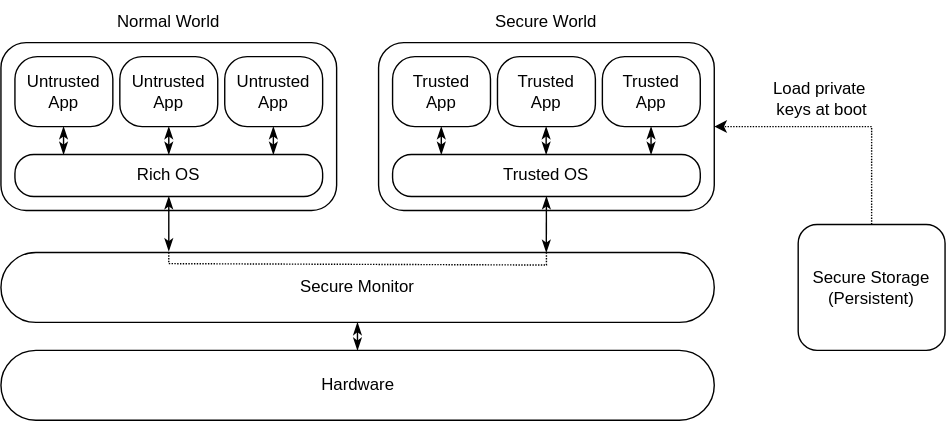
The draw.io diagram img/TEE_ARM_Cortex-a_with_sec_store.svg in 3mdeb/conferences, before a commit. Source tidied: cells renumbered, new cells last; positions are measured from the earlier drawing's top-left corner, leaving out a move shared by most shapes. The source it was exported from:
```xml
<mxGraphModel>
  <root>
    <mxCell id="0" />
    <mxCell id="1" parent="0" />
    <mxCell id="2" style="rounded=1;whiteSpace=wrap;html=1;" parent="1" vertex="1">
      <mxGeometry y="30" width="240" height="120" as="geometry" />
    </mxCell>
    <mxCell id="3" value="&lt;div&gt;Untrusted&lt;/div&gt;&lt;div&gt;App&lt;/div&gt;" style="rounded=1;whiteSpace=wrap;html=1;arcSize=32;" parent="1" vertex="1">
      <mxGeometry x="10" y="40" width="70" height="50" as="geometry" />
    </mxCell>
    <mxCell id="4" value="&lt;div&gt;Untrusted&lt;/div&gt;&lt;div&gt;App&lt;/div&gt;" style="rounded=1;whiteSpace=wrap;html=1;arcSize=32;" parent="1" vertex="1">
      <mxGeometry x="85" y="40" width="70" height="50" as="geometry" />
    </mxCell>
    <mxCell id="5" value="&lt;div&gt;Untrusted&lt;/div&gt;&lt;div&gt;App&lt;/div&gt;" style="rounded=1;whiteSpace=wrap;html=1;arcSize=32;" parent="1" vertex="1">
      <mxGeometry x="160" y="40" width="70" height="50" as="geometry" />
    </mxCell>
    <mxCell id="6" value="Rich OS" style="rounded=1;whiteSpace=wrap;html=1;arcSize=45;" parent="1" vertex="1">
      <mxGeometry x="10" y="110" width="220" height="30" as="geometry" />
    </mxCell>
    <mxCell id="7" style="rounded=1;whiteSpace=wrap;html=1;" parent="1" vertex="1">
      <mxGeometry x="270" y="30" width="240" height="120" as="geometry" />
    </mxCell>
    <mxCell id="8" value="&lt;div&gt;Trusted&lt;/div&gt;&lt;div&gt;App&lt;/div&gt;" style="rounded=1;whiteSpace=wrap;html=1;arcSize=32;" parent="1" vertex="1">
      <mxGeometry x="280" y="40" width="70" height="50" as="geometry" />
    </mxCell>
    <mxCell id="9" value="&lt;div&gt;Trusted&lt;/div&gt;&lt;div&gt;App&lt;/div&gt;" style="rounded=1;whiteSpace=wrap;html=1;arcSize=32;" parent="1" vertex="1">
      <mxGeometry x="355" y="40" width="70" height="50" as="geometry" />
    </mxCell>
    <mxCell id="10" value="&lt;div&gt;Trusted&lt;/div&gt;&lt;div&gt;App&lt;/div&gt;" style="rounded=1;whiteSpace=wrap;html=1;arcSize=32;" parent="1" vertex="1">
      <mxGeometry x="430" y="40" width="70" height="50" as="geometry" />
    </mxCell>
    <mxCell id="11" value="Trusted OS" style="rounded=1;whiteSpace=wrap;html=1;arcSize=45;" parent="1" vertex="1">
      <mxGeometry x="280" y="110" width="220" height="30" as="geometry" />
    </mxCell>
    <mxCell id="12" value="Secure Monitor" style="rounded=1;whiteSpace=wrap;html=1;arcSize=50;" parent="1" vertex="1">
      <mxGeometry y="180" width="510" height="50" as="geometry" />
    </mxCell>
    <mxCell id="13" value="Normal World" style="text;html=1;strokeColor=none;fillColor=none;align=center;verticalAlign=middle;whiteSpace=wrap;rounded=0;" parent="1" vertex="1">
      <mxGeometry x="75" width="90" height="30" as="geometry" />
    </mxCell>
    <mxCell id="14" value="Secure World" style="text;html=1;strokeColor=none;fillColor=none;align=center;verticalAlign=middle;whiteSpace=wrap;rounded=0;" parent="1" vertex="1">
      <mxGeometry x="345" width="90" height="30" as="geometry" />
    </mxCell>
    <mxCell id="15" style="edgeStyle=orthogonalEdgeStyle;rounded=0;orthogonalLoop=1;jettySize=auto;html=1;exitX=0.5;exitY=1;exitDx=0;exitDy=0;" parent="1" edge="1" source="5" target="5">
      <mxGeometry relative="1" as="geometry" />
    </mxCell>
    <mxCell id="16" style="edgeStyle=orthogonalEdgeStyle;rounded=0;orthogonalLoop=1;jettySize=auto;html=1;exitX=0.5;exitY=1;exitDx=0;exitDy=0;" parent="1" edge="1" source="8" target="8">
      <mxGeometry relative="1" as="geometry" />
    </mxCell>
    <mxCell id="17" style="endArrow=classicThin;startArrow=classicThin;html=1;rounded=0;entryX=0.5;entryY=1;entryDx=0;entryDy=0;exitX=0.5;exitY=0;exitDx=0;exitDy=0;endFill=1;startFill=1;" parent="1" edge="1" source="6" target="4">
      <mxGeometry relative="1" as="geometry" />
    </mxCell>
    <mxCell id="18" style="endArrow=classicThin;startArrow=classicThin;html=1;rounded=0;entryX=0.5;entryY=1;entryDx=0;entryDy=0;exitX=0.5;exitY=0;exitDx=0;exitDy=0;endFill=1;startFill=1;" parent="1" edge="1">
      <mxGeometry relative="1" as="geometry">
        <mxPoint x="194.8" y="110" as="sourcePoint" />
        <mxPoint x="194.8" y="90" as="targetPoint" />
      </mxGeometry>
    </mxCell>
    <mxCell id="19" style="endArrow=classicThin;startArrow=classicThin;html=1;rounded=0;entryX=0.5;entryY=1;entryDx=0;entryDy=0;exitX=0.5;exitY=0;exitDx=0;exitDy=0;endFill=1;startFill=1;" parent="1" edge="1">
      <mxGeometry relative="1" as="geometry">
        <mxPoint x="44.8" y="110" as="sourcePoint" />
        <mxPoint x="44.8" y="90" as="targetPoint" />
      </mxGeometry>
    </mxCell>
    <mxCell id="20" style="endArrow=classicThin;startArrow=classicThin;html=1;rounded=0;entryX=0.5;entryY=1;entryDx=0;entryDy=0;exitX=0.5;exitY=0;exitDx=0;exitDy=0;endFill=1;startFill=1;" parent="1" edge="1">
      <mxGeometry relative="1" as="geometry">
        <mxPoint x="314.8" y="110" as="sourcePoint" />
        <mxPoint x="314.8" y="90" as="targetPoint" />
      </mxGeometry>
    </mxCell>
    <mxCell id="21" style="endArrow=classicThin;startArrow=classicThin;html=1;rounded=0;entryX=0.5;entryY=1;entryDx=0;entryDy=0;exitX=0.5;exitY=0;exitDx=0;exitDy=0;endFill=1;startFill=1;" parent="1" edge="1">
      <mxGeometry relative="1" as="geometry">
        <mxPoint x="389.8" y="110" as="sourcePoint" />
        <mxPoint x="389.8" y="90" as="targetPoint" />
      </mxGeometry>
    </mxCell>
    <mxCell id="22" style="endArrow=classicThin;startArrow=classicThin;html=1;rounded=0;entryX=0.5;entryY=1;entryDx=0;entryDy=0;exitX=0.5;exitY=0;exitDx=0;exitDy=0;endFill=1;startFill=1;" parent="1" edge="1">
      <mxGeometry relative="1" as="geometry">
        <mxPoint x="464.8" y="110" as="sourcePoint" />
        <mxPoint x="464.8" y="90" as="targetPoint" />
      </mxGeometry>
    </mxCell>
    <mxCell id="23" style="endArrow=classicThin;startArrow=classicThin;html=1;rounded=0;endFill=1;startFill=1;" parent="1" edge="1">
      <mxGeometry relative="1" as="geometry">
        <mxPoint x="120" y="179" as="sourcePoint" />
        <mxPoint x="120" y="140" as="targetPoint" />
      </mxGeometry>
    </mxCell>
    <mxCell id="24" style="endArrow=classicThin;startArrow=classicThin;html=1;rounded=0;endFill=1;startFill=1;" parent="1" edge="1">
      <mxGeometry relative="1" as="geometry">
        <mxPoint x="389.9" y="180" as="sourcePoint" />
        <mxPoint x="390" y="140" as="targetPoint" />
      </mxGeometry>
    </mxCell>
    <mxCell id="25" value="&amp;nbsp;" style="rounded=1;whiteSpace=wrap;html=1;arcSize=50;" parent="1" vertex="1">
      <mxGeometry y="250" width="510" height="50" as="geometry" />
    </mxCell>
    <mxCell id="26" value="Hardware" style="text;html=1;strokeColor=none;fillColor=none;align=center;verticalAlign=middle;whiteSpace=wrap;rounded=0;" parent="1" vertex="1">
      <mxGeometry x="187.5" y="260" width="135" height="30" as="geometry" />
    </mxCell>
    <mxCell id="27" style="endArrow=classicThin;startArrow=classicThin;html=1;rounded=0;entryX=0.5;entryY=1;entryDx=0;entryDy=0;exitX=0.5;exitY=0;exitDx=0;exitDy=0;endFill=1;startFill=1;" parent="1" edge="1">
      <mxGeometry relative="1" as="geometry">
        <mxPoint x="254.9" y="250" as="sourcePoint" />
        <mxPoint x="254.9" y="230" as="targetPoint" />
      </mxGeometry>
    </mxCell>
    <mxCell id="28" style="curved=0;endArrow=none;html=1;rounded=0;startArrow=none;startFill=0;dashed=1;dashPattern=1 1;endFill=0;" parent="1" edge="1">
      <mxGeometry relative="1" as="geometry">
        <mxPoint x="120" y="180" as="sourcePoint" />
        <mxPoint x="390" y="180" as="targetPoint" />
        <Array as="points">
          <mxPoint x="120" y="188" />
          <mxPoint x="390" y="189" />
        </Array>
      </mxGeometry>
    </mxCell>
    <mxCell id="29" style="edgeStyle=orthogonalEdgeStyle;rounded=0;jettySize=auto;html=1;exitX=0.5;exitY=0;exitDx=0;exitDy=0;entryX=1;entryY=0.5;entryDx=0;entryDy=0;dashed=1;dashPattern=1 1;" parent="1" edge="1" source="30" target="7">
      <mxGeometry relative="1" as="geometry" />
    </mxCell>
    <mxCell id="30" value="&lt;div&gt;Secure Storage&lt;/div&gt;&lt;div&gt;(Persistent)&lt;br&gt;&lt;/div&gt;" style="rounded=1;whiteSpace=wrap;html=1;" parent="1" vertex="1">
      <mxGeometry x="570" y="160" width="105" height="90" as="geometry" />
    </mxCell>
    <mxCell id="31" value="&lt;div&gt;Load private&lt;/div&gt;&lt;div&gt;&amp;nbsp;keys at boot&lt;/div&gt;" style="text;html=1;align=center;verticalAlign=middle;strokeColor=none;fillColor=none;" parent="1" vertex="1">
      <mxGeometry x="540" y="50" width="90" height="40" as="geometry" />
    </mxCell>
  </root>
</mxGraphModel>
```
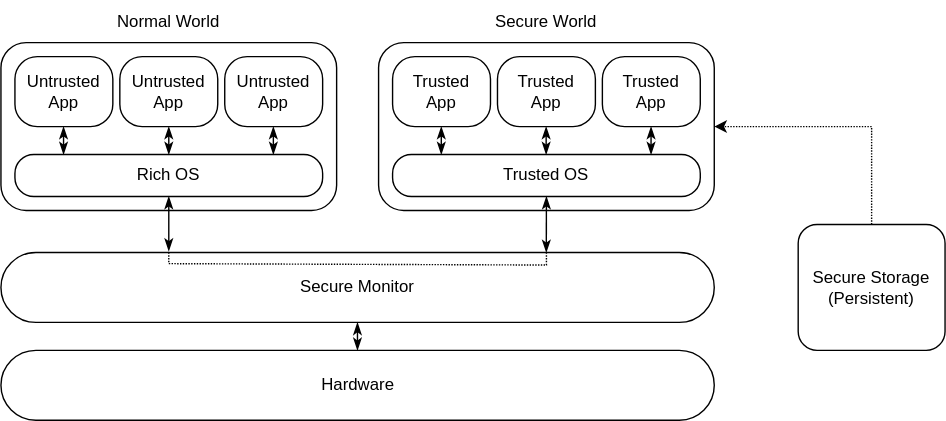
After the change.

Commit message:
2024/YoctoProjectDeveloperDay: delete useless info from secure storage picture

Diff of the diagram source:
```diff
@@ -120,8 +120,5 @@
     <mxCell id="30" value="&lt;div&gt;Secure Storage&lt;/div&gt;&lt;div&gt;(Persistent)&lt;br&gt;&lt;/div&gt;" style="rounded=1;whiteSpace=wrap;html=1;" parent="1" vertex="1">
       <mxGeometry x="570" y="160" width="105" height="90" as="geometry" />
     </mxCell>
-    <mxCell id="31" value="&lt;div&gt;Load private&lt;/div&gt;&lt;div&gt;&amp;nbsp;keys at boot&lt;/div&gt;" style="text;html=1;align=center;verticalAlign=middle;strokeColor=none;fillColor=none;" parent="1" vertex="1">
-      <mxGeometry x="540" y="50" width="90" height="40" as="geometry" />
-    </mxCell>
   </root>
 </mxGraphModel>
```
